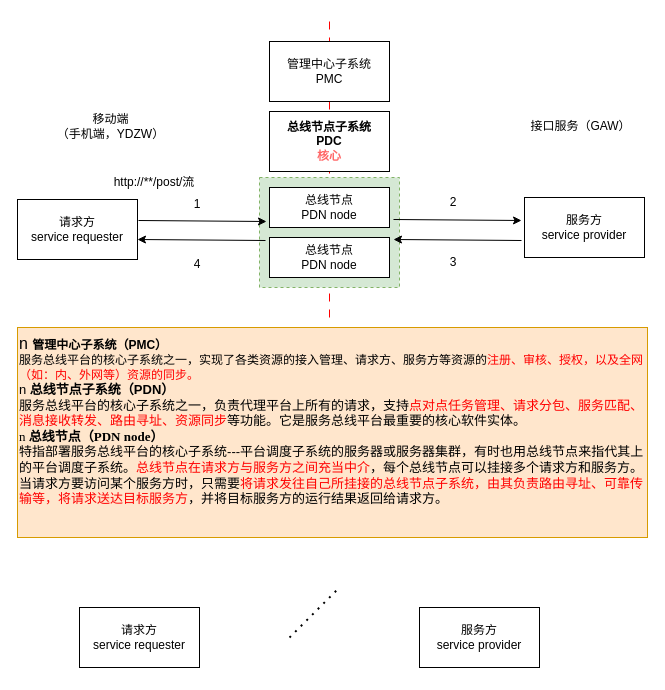
Above: 喀什移动对接.drawio in bj-ehualu/drawio (draw.io), before the change. Source tidied: cells renumbered, new cells numbered last; positions are measured from the earlier drawing's top-left corner, leaving out a move shared by most shapes. Both pictures are drawn from the tidied source at 100%, with x=0, y=0 at pixel (17, 17).
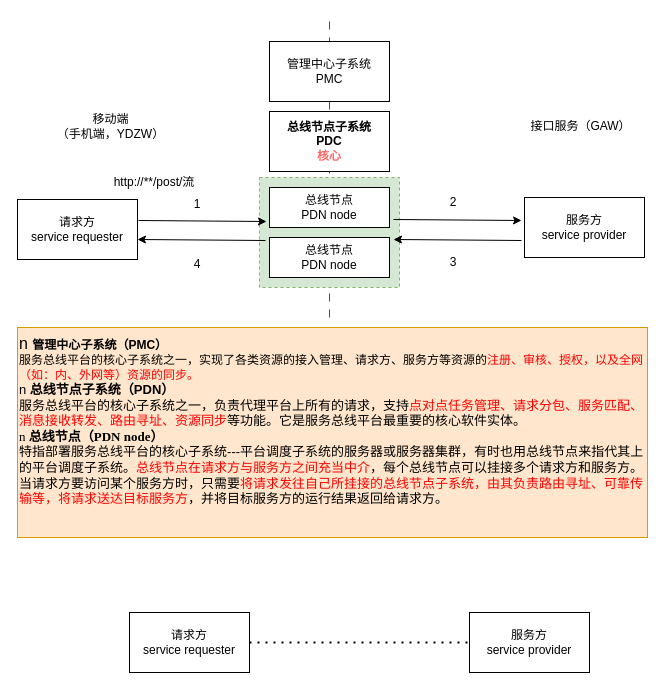
Above is the later version.

Commit message:
更新喀什移动对接.drawio

What changed in the source:
```diff
@@
     <mxCell id="22" value="请求方&lt;div&gt;service requester&lt;/div&gt;" style="rounded=0;whiteSpace=wrap;html=1;" parent="1" vertex="1">
-      <mxGeometry x="62" y="590" width="120" height="60" as="geometry" />
+      <mxGeometry x="112" y="595" width="120" height="60" as="geometry" />
     </mxCell>
     <mxCell id="23" value="服务方&lt;div&gt;service provider&lt;/div&gt;" style="rounded=0;whiteSpace=wrap;html=1;" parent="1" vertex="1">
-      <mxGeometry x="402" y="590" width="120" height="60" as="geometry" />
+      <mxGeometry x="452" y="595" width="120" height="60" as="geometry" />
     </mxCell>
-    <mxCell id="24" style="endArrow=none;dashed=1;html=1;dashPattern=1 3;strokeWidth=2;rounded=0;" parent="1" edge="1">
-      <mxGeometry relative="1" as="geometry">
-        <mxPoint x="272" y="620" as="sourcePoint" />
-        <mxPoint x="322" y="570" as="targetPoint" />
-      </mxGeometry>
+    <mxCell id="24" style="endArrow=none;dashed=1;html=1;dashPattern=1 3;strokeWidth=2;rounded=0;exitX=1;exitY=0.5;exitDx=0;exitDy=0;entryX=0;entryY=0.5;entryDx=0;entryDy=0;" parent="1" edge="1" source="22" target="23">
+      <mxGeometry relative="1" as="geometry" />
     </mxCell>
```
